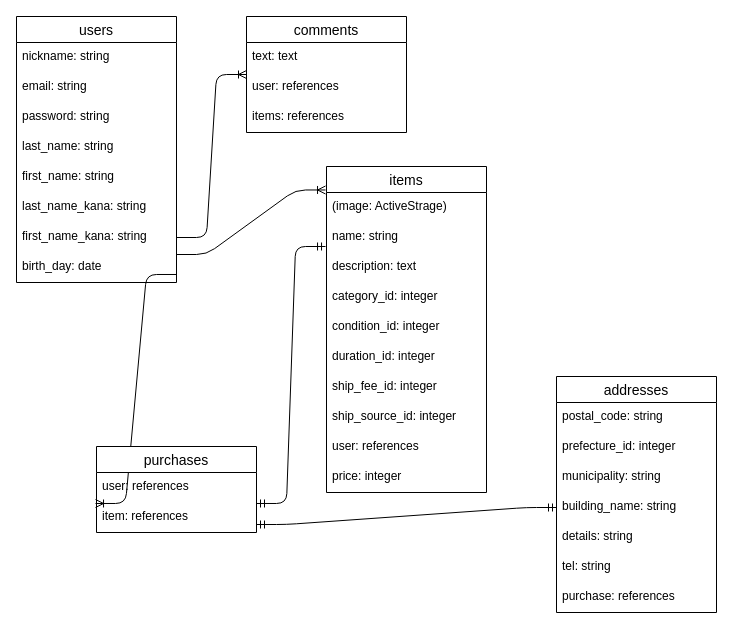
T-Umino/furima-30506 keeps this draw.io diagram as ER図.drawio. Above is the earlier version. Source tidied: cells renumbered, new cells numbered last; positions are measured from the earlier drawing's top-left corner, leaving out a move shared by most shapes. Both pictures are drawn from the tidied source at 100%, with x=0, y=0 at pixel (16, 16).
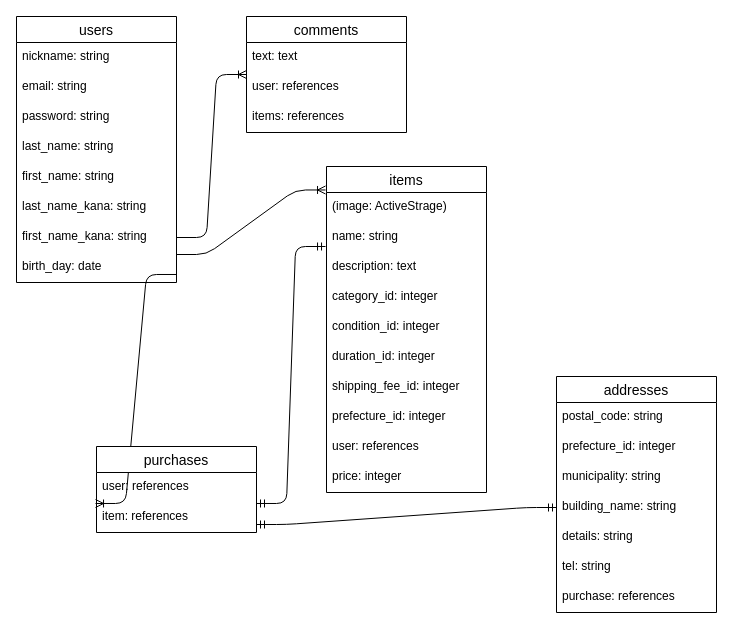
Above is the later version.

The change refers to these unchanged cells:
```xml
<mxCell id="17" value="items" style="swimlane;fontStyle=0;horizontal=1;startSize=26;align=center;fontSize=14;" parent="1" vertex="1">
  <mxGeometry x="310" y="150" width="160" height="326" as="geometry" />
</mxCell>
```

Change to the diagram source:
```diff
@@
-    <mxCell id="24" value="ship_fee_id: integer" style="text;strokeColor=none;fillColor=none;spacingLeft=4;spacingRight=4;overflow=hidden;fontSize=12;" parent="17" vertex="1">
+    <mxCell id="24" value="shipping_fee_id: integer" style="text;strokeColor=none;fillColor=none;spacingLeft=4;spacingRight=4;overflow=hidden;fontSize=12;" parent="17" vertex="1">
       <mxGeometry y="206" width="160" height="30" as="geometry" />
     </mxCell>
-    <mxCell id="25" value="ship_source_id: integer" style="text;strokeColor=none;fillColor=none;spacingLeft=4;spacingRight=4;overflow=hidden;fontSize=12;" parent="17" vertex="1">
+    <mxCell id="25" value="prefecture_id: integer" style="text;strokeColor=none;fillColor=none;spacingLeft=4;spacingRight=4;overflow=hidden;fontSize=12;" parent="17" vertex="1">
       <mxGeometry y="236" width="160" height="30" as="geometry" />
     </mxCell>
```
